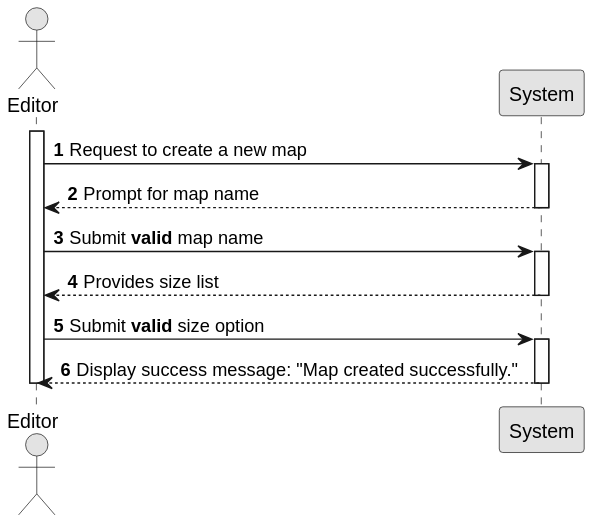
This is docs/sprint3/us001/01.requirements-engineering/svg/us001-system-sequence-diagram-acceptance.svg from ivasduarte/all-aboard, a PlantUML export, as it was before one commit. Its diagram source:
```plantuml
@startuml
skinparam monochrome true
skinparam packageStyle rectangle
skinparam shadowing false

autonumber

actor "Editor" as Editor
participant "System" as System

activate Editor

    Editor -> System : Request to create a new map
    activate System


    System --> Editor : Prompt for map name
    deactivate System


    Editor -> System : Submit **valid** map name
    activate System

    System --> Editor: Provides size list
    deactivate System

    Editor -> System: Submit **valid** size option
    activate System

    System --> Editor: Display success message: "Map created successfully."

    deactivate System
    deactivate Editor
@enduml
```
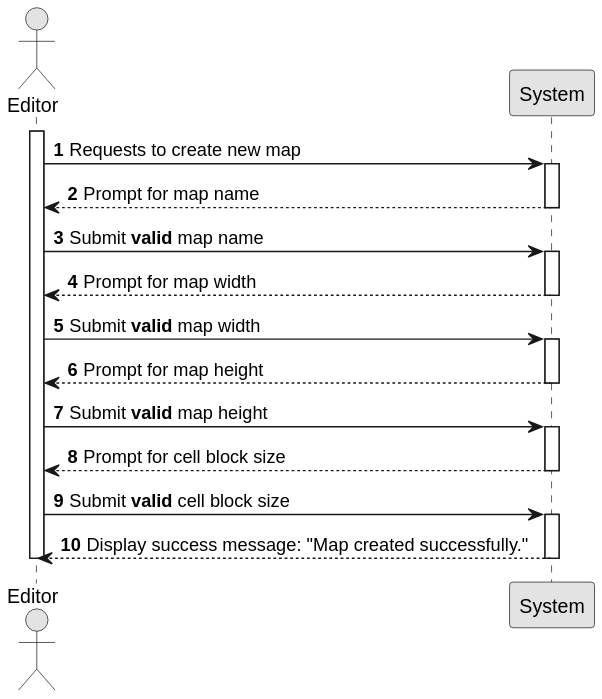
The same diagram one commit later.

Change to the diagram source:
```diff
@@ -10,21 +10,31 @@
 
 activate Editor
 
-    Editor -> System : Request to create a new map
+    Editor -> System : Requests to create new map
     activate System
-
 
     System --> Editor : Prompt for map name
     deactivate System
 
-
     Editor -> System : Submit **valid** map name
     activate System
 
-    System --> Editor: Provides size list
+    System --> Editor: Prompt for map width
     deactivate System
 
-    Editor -> System: Submit **valid** size option
+    Editor -> System: Submit **valid** map width
+    activate System
+
+    System --> Editor: Prompt for map height
+    deactivate System
+
+    Editor -> System: Submit **valid** map height
+    activate System
+
+    System --> Editor: Prompt for cell block size
+    deactivate System
+
+    Editor -> System: Submit **valid** cell block size
     activate System
 
     System --> Editor: Display success message: "Map created successfully."
```
